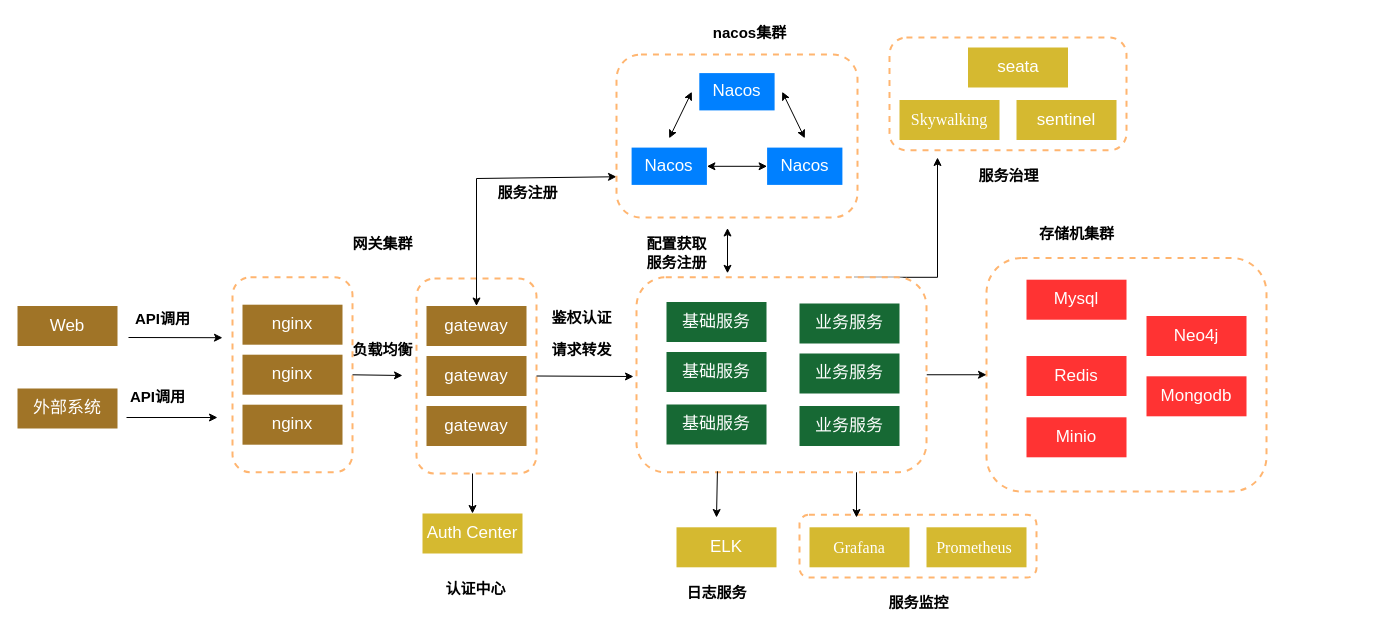
Above: 数据检索与维修数据服/部署架构图.drawio in DemonHan/KuickBuy (draw.io), before the change. Source tidied: cells renumbered, new cells numbered last; positions are measured from the earlier drawing's top-left corner, leaving out a move shared by most shapes. Both pictures are drawn from the tidied source at 100%, with x=0, y=0 at pixel (17, 17).
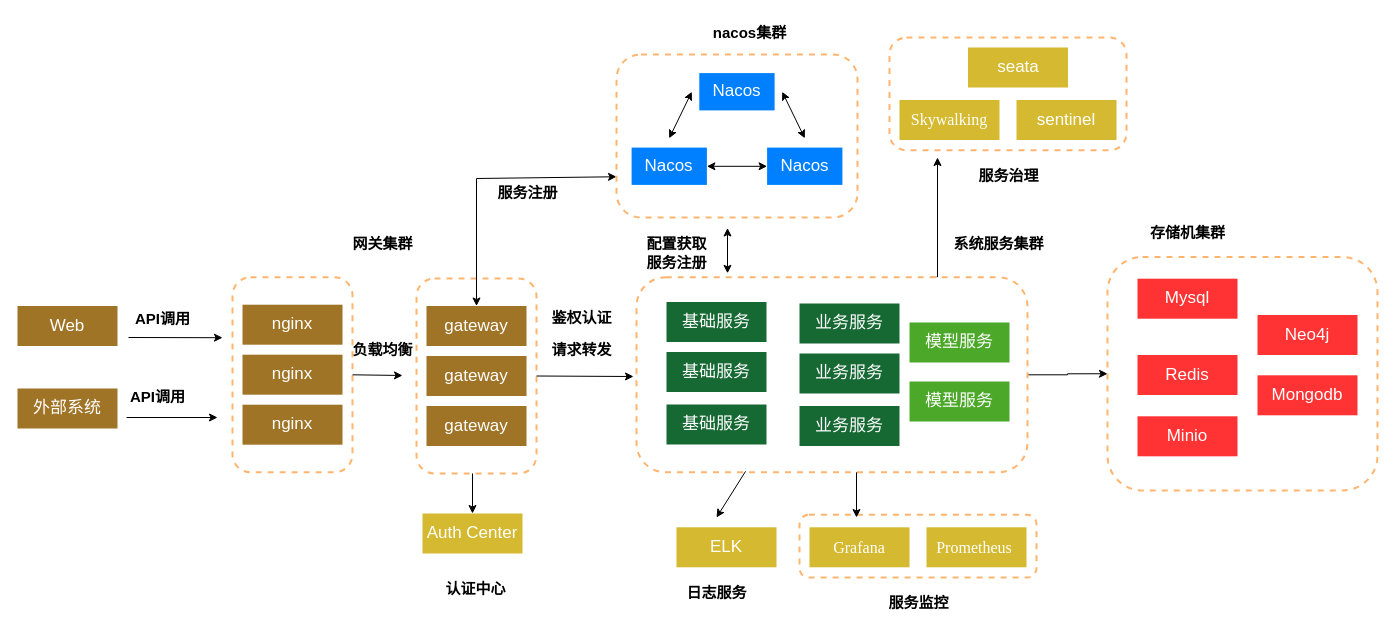
After the change.

Commit message (it also covers changes not shown here):
更新部署架构图.drawio

What changed in the source:
```diff
@@
     <mxCell id="4" style="rounded=1;whiteSpace=wrap;html=1;dashed=1;strokeColor=#FFB570;strokeWidth=2;" parent="1" vertex="1">
-      <mxGeometry x="969" y="240.5" width="280" height="233.5" as="geometry" />
+      <mxGeometry x="1090" y="239.5" width="270" height="233.5" as="geometry" />
     </mxCell>
@@
     <mxCell id="11" style="rounded=1;whiteSpace=wrap;html=1;dashed=1;strokeColor=#FFB570;strokeWidth=2;" parent="1" vertex="1">
-      <mxGeometry x="619" y="259.8" width="290" height="195" as="geometry" />
+      <mxGeometry x="619" y="259.8" width="391" height="195" as="geometry" />
     </mxCell>
@@
     <mxCell id="25" value="&lt;font color=&quot;#ffffff&quot;&gt;Mysql&lt;/font&gt;" style="rounded=0;whiteSpace=wrap;html=1;fillColor=#FF3333;fontSize=17;strokeColor=none;" parent="1" vertex="1">
-      <mxGeometry x="1009" y="262.2" width="100" height="40" as="geometry" />
+      <mxGeometry x="1120" y="261.2" width="100" height="40" as="geometry" />
     </mxCell>
     <mxCell id="26" value="&lt;font color=&quot;#ffffff&quot;&gt;Redis&lt;/font&gt;" style="rounded=0;whiteSpace=wrap;html=1;fillColor=#FF3333;fontSize=17;strokeColor=none;" parent="1" vertex="1">
-      <mxGeometry x="1009" y="338.5" width="100" height="40" as="geometry" />
+      <mxGeometry x="1120" y="337.5" width="100" height="40" as="geometry" />
     </mxCell>
@@
     <mxCell id="45" value="存储机集群" style="text;html=1;align=center;verticalAlign=middle;strokeColor=none;fillColor=none;strokeWidth=3;fontSize=15;fontStyle=1;" parent="1" vertex="1">
-      <mxGeometry x="1009" y="201" width="100" height="30" as="geometry" />
+      <mxGeometry x="1120" y="200" width="100" height="30" as="geometry" />
     </mxCell>
     <mxCell id="46" value="&lt;font color=&quot;#ffffff&quot;&gt;Minio&lt;/font&gt;" style="rounded=0;whiteSpace=wrap;html=1;fillColor=#FF3333;fontSize=17;strokeColor=none;" parent="1" vertex="1">
-      <mxGeometry x="1009" y="399.8" width="100" height="40" as="geometry" />
+      <mxGeometry x="1120" y="398.8" width="100" height="40" as="geometry" />
     </mxCell>
     <mxCell id="47" value="&lt;font color=&quot;#ffffff&quot;&gt;Neo4j&lt;/font&gt;" style="rounded=0;whiteSpace=wrap;html=1;fillColor=#FF3333;fontSize=17;strokeColor=none;" parent="1" vertex="1">
-      <mxGeometry x="1129" y="298.5" width="100" height="40" as="geometry" />
+      <mxGeometry x="1240" y="297.5" width="100" height="40" as="geometry" />
     </mxCell>
     <mxCell id="48" value="&lt;font color=&quot;#ffffff&quot;&gt;Mongodb&lt;/font&gt;" style="rounded=0;whiteSpace=wrap;html=1;fillColor=#FF3333;fontSize=17;strokeColor=none;" parent="1" vertex="1">
-      <mxGeometry x="1129" y="358.8" width="100" height="40" as="geometry" />
+      <mxGeometry x="1240" y="357.8" width="100" height="40" as="geometry" />
     </mxCell>
@@
+    <mxCell id="69" value="&lt;font color=&quot;#ffffff&quot;&gt;模型服务&lt;/font&gt;" style="rounded=0;whiteSpace=wrap;html=1;fillColor=#4ba829;fontSize=17;strokeColor=none;" parent="1" vertex="1">
+      <mxGeometry x="892" y="305" width="100" height="40" as="geometry" />
+    </mxCell>
+    <mxCell id="70" value="&lt;font color=&quot;#ffffff&quot;&gt;模型服务&lt;/font&gt;" style="rounded=0;whiteSpace=wrap;html=1;fillColor=#4ba829;fontSize=17;strokeColor=none;" parent="1" vertex="1">
+      <mxGeometry x="892" y="364" width="100" height="40" as="geometry" />
+    </mxCell>
+    <mxCell id="71" value="系统服务集群" style="text;html=1;align=center;verticalAlign=middle;strokeColor=none;fillColor=none;strokeWidth=3;fontSize=15;fontStyle=1;" parent="1" vertex="1">
+      <mxGeometry x="925.5" y="210.5" width="110" height="30" as="geometry" />
+    </mxCell>
```
